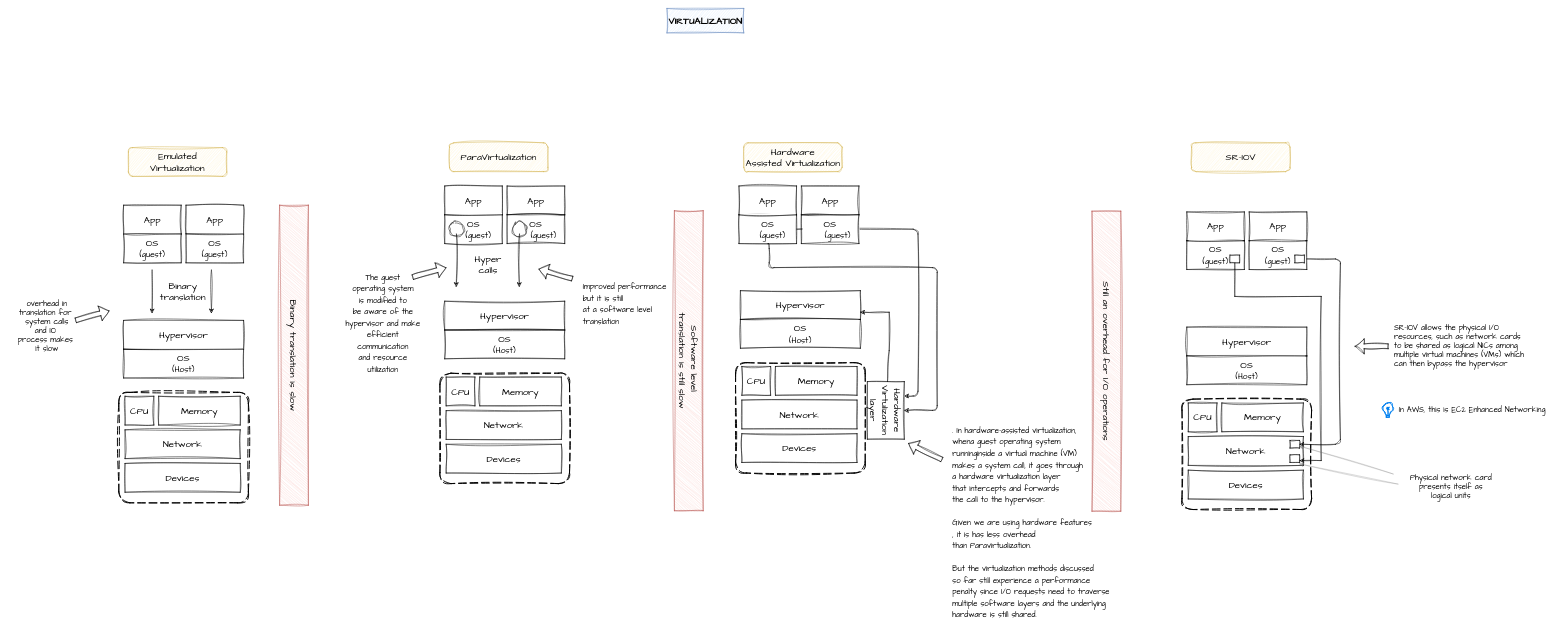
The draw.io diagram page "Virtualization" (1 of 17) of docs/EC2/ec2.drawio in iamsecb/aws-illustrated, before the edit. Source tidied: cells renumbered, new cells numbered last; positions are measured from the earlier drawing's top-left corner, leaving out a move shared by most shapes. Both pictures are drawn from the tidied source at 48%, with x=0, y=0 at pixel (11, 8).
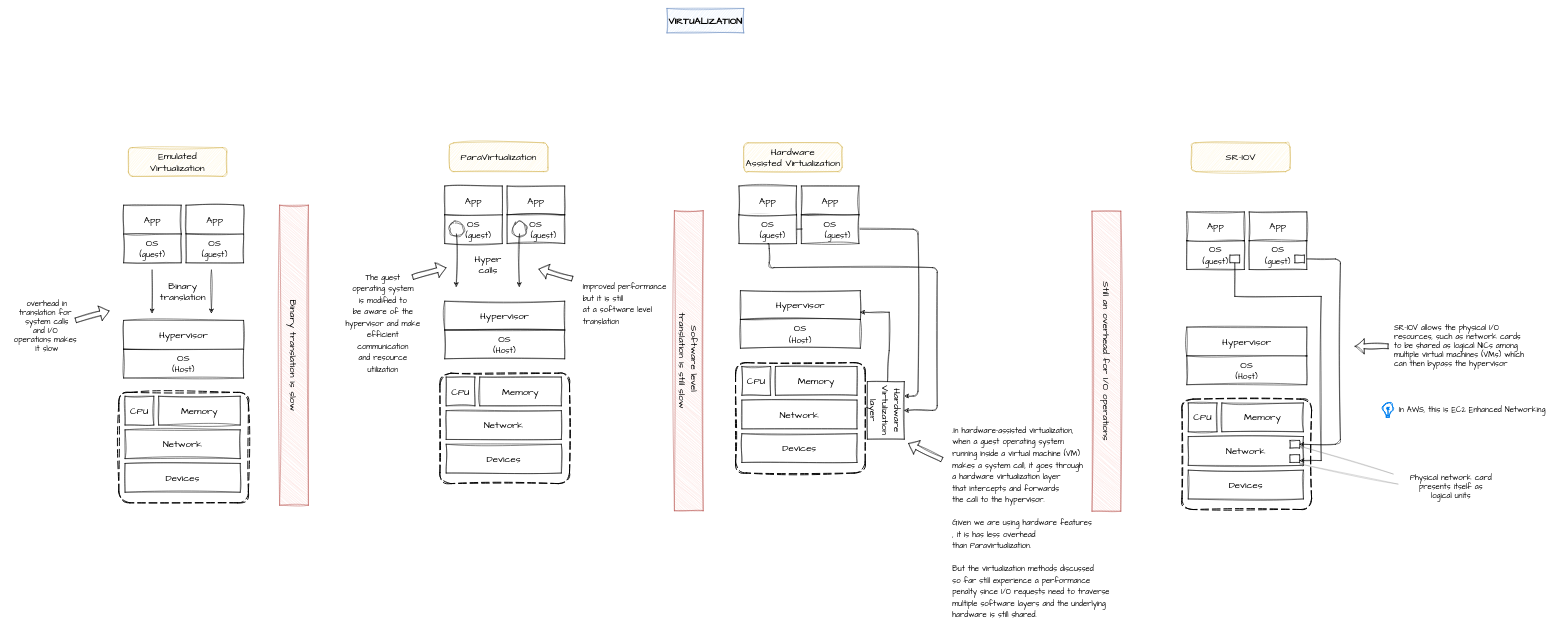
After the change.

The edit, as a diff of the source:
```diff
@@
-    <mxCell id="17" value="&lt;br&gt;overhead in&lt;br style=&quot;font-size: 16px;&quot;&gt;translation for&amp;nbsp;&lt;br&gt;system calls&lt;br&gt;and IO&amp;nbsp;&lt;br style=&quot;font-size: 16px;&quot;&gt;process makes&amp;nbsp;&lt;br style=&quot;font-size: 16px;&quot;&gt;it slow" style="text;html=1;align=center;verticalAlign=middle;fontSize=16;fontFamily=Architects Daughter;" parent="1" vertex="1">
-      <mxGeometry y="578" width="150" height="150" as="geometry" />
+    <mxCell id="17" value="&lt;br&gt;overhead in&lt;br style=&quot;font-size: 16px;&quot;&gt;translation for&amp;nbsp;&lt;br&gt;system calls&lt;br&gt;and I/O&amp;nbsp;&lt;br style=&quot;font-size: 16px;&quot;&gt;operations makes&amp;nbsp;&lt;br style=&quot;font-size: 16px;&quot;&gt;it slow" style="text;html=1;align=center;verticalAlign=middle;fontSize=16;fontFamily=Architects Daughter;" parent="1" vertex="1">
+      <mxGeometry x="-5" y="578" width="160" height="150" as="geometry" />
     </mxCell>
@@
-    <mxCell id="58" value="&lt;font style=&quot;font-size: 16px;&quot;&gt;. In hardware-assisted virtualization, &lt;br&gt;whena guest operating system &lt;br&gt;runninginside a virtual machine (VM) &lt;br&gt;makes a system call, it goes through &lt;br&gt;a hardware virtualization layer &lt;br&gt;that intercepts and forwards &lt;br&gt;the call to the hypervisor.&lt;br&gt;&lt;br&gt;Given we are using hardware features&lt;br&gt;, it is has less overhead&lt;br&gt;than Paravirtualization.&lt;br&gt;&lt;br&gt;But the virtualization methods discussed&lt;br&gt;so far still experience a performance&lt;br&gt;penalty since I/O requests need to traverse&lt;br&gt;multiple software layers and the underlying&lt;br&gt;hardware is still shared.&lt;br&gt;&lt;/font&gt;" style="text;html=1;align=left;verticalAlign=middle;strokeColor=none;fillColor=none;fontSize=20;fontFamily=Architects Daughter;" parent="1" vertex="1">
+    <mxCell id="58" value="&lt;font style=&quot;font-size: 16px;&quot;&gt;.In hardware-assisted virtualization, &lt;br&gt;when a guest operating system &lt;br&gt;running inside a virtual machine (VM) &lt;br&gt;makes a system call, it goes through &lt;br&gt;a hardware virtualization layer &lt;br&gt;that intercepts and forwards &lt;br&gt;the call to the hypervisor.&lt;br&gt;&lt;br&gt;Given we are using hardware features&lt;br&gt;, it is has less overhead&lt;br&gt;than Paravirtualization.&lt;br&gt;&lt;br&gt;But the virtualization methods discussed&lt;br&gt;so far still experience a performance&lt;br&gt;penalty since I/O requests need to traverse&lt;br&gt;multiple software layers and the underlying&lt;br&gt;hardware is still shared.&lt;br&gt;&lt;/font&gt;" style="text;html=1;align=left;verticalAlign=middle;strokeColor=none;fillColor=none;fontSize=20;fontFamily=Architects Daughter;" parent="1" vertex="1">
       <mxGeometry x="1960" y="860" width="350" height="420" as="geometry" />
     </mxCell>
```
